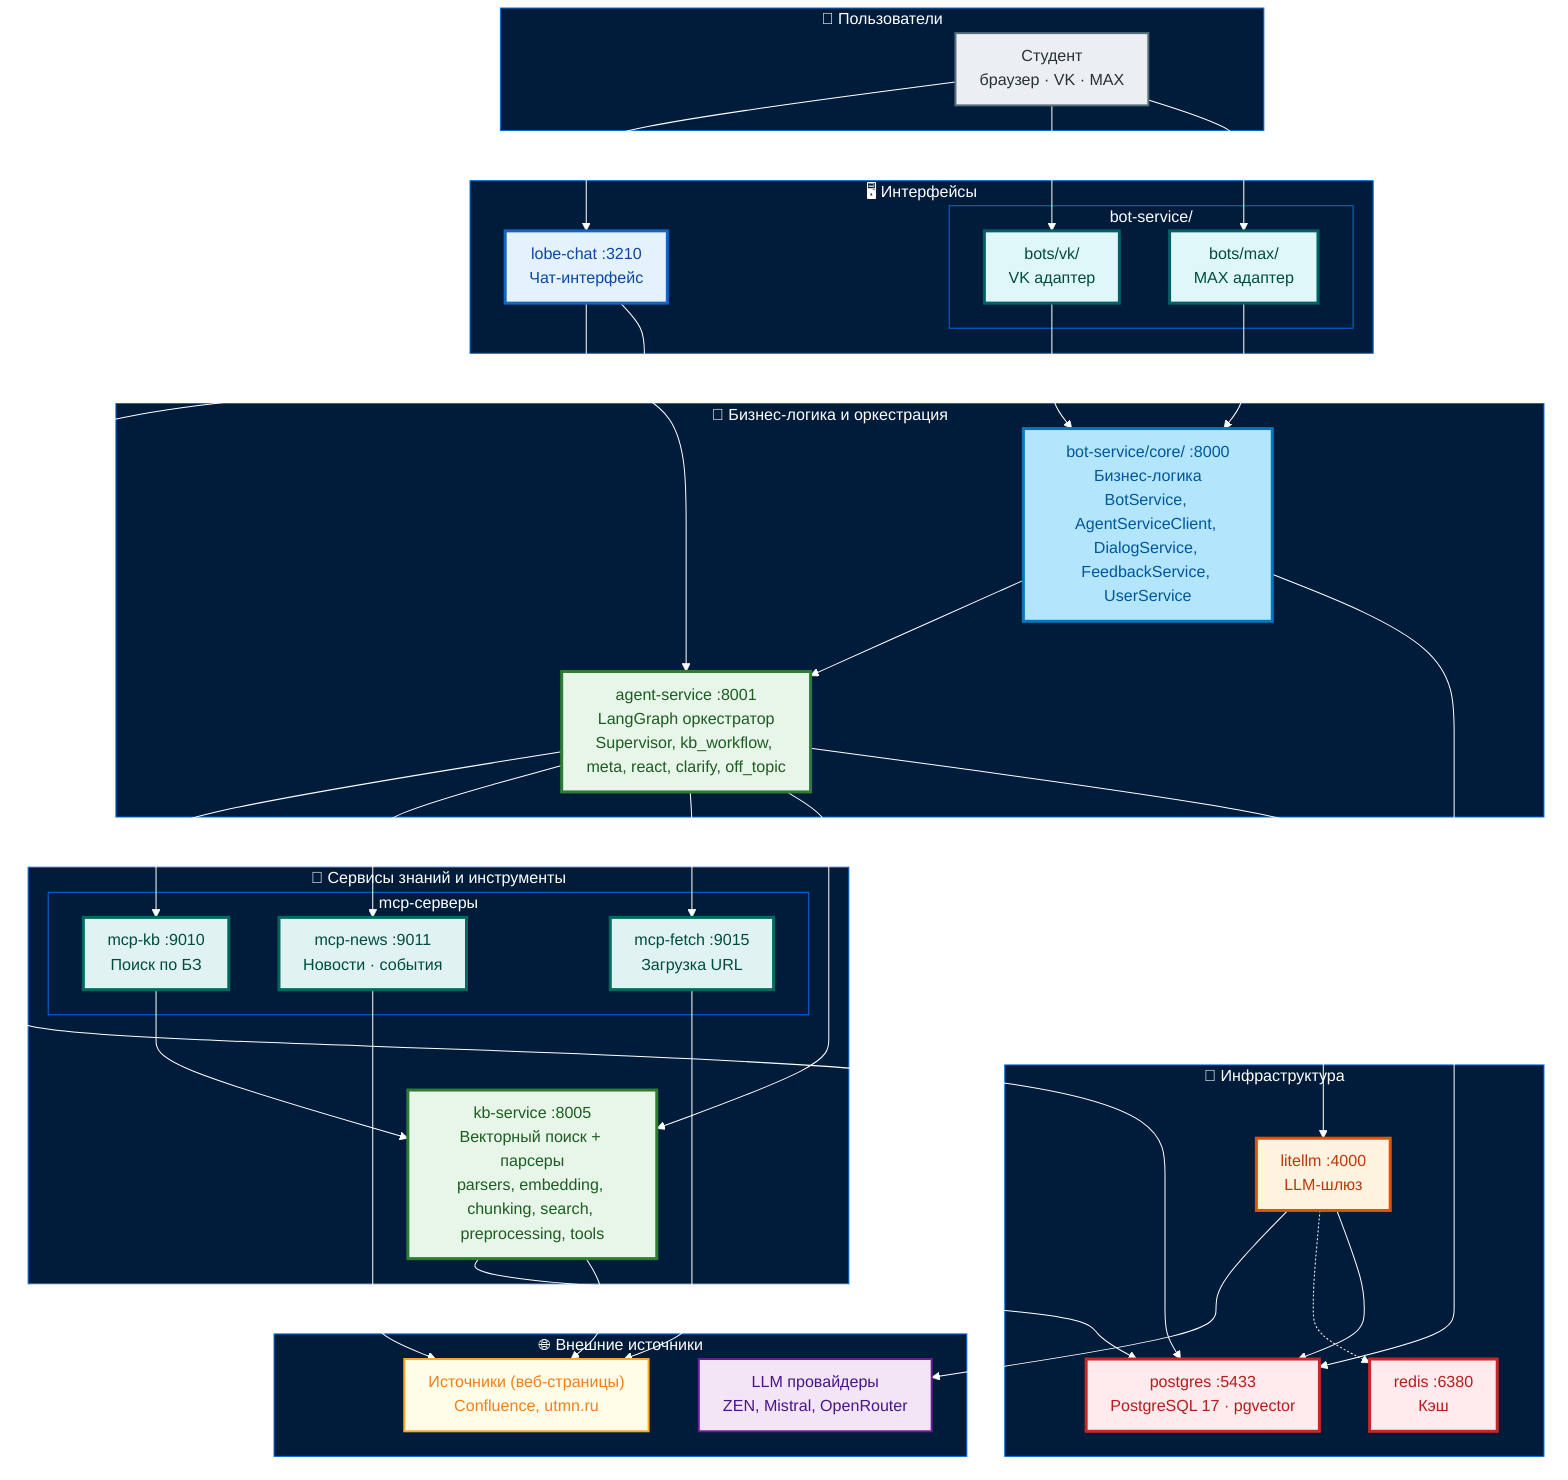
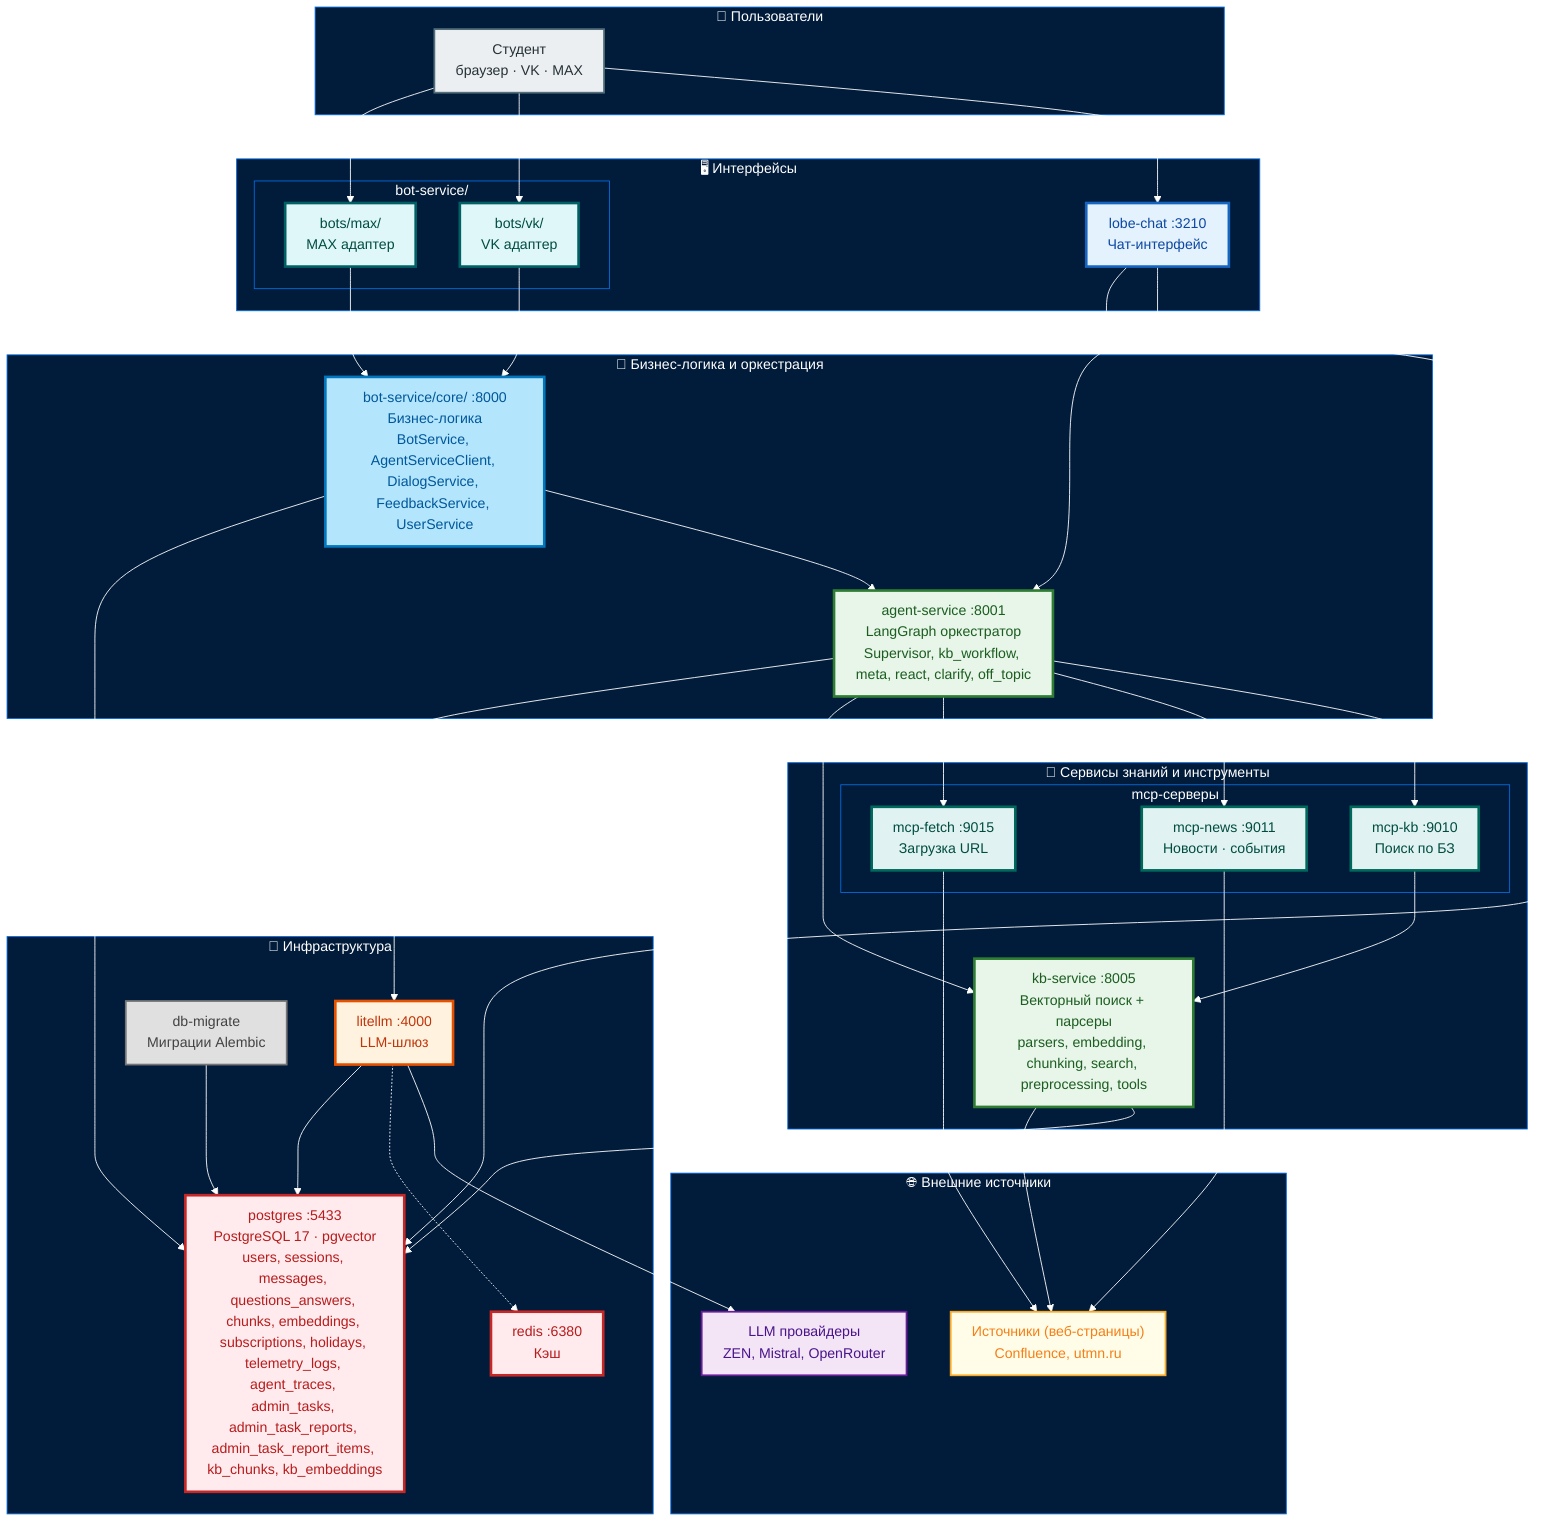
%%{
  init: {
    'theme': 'base',
    'themeVariables': {
      'background': '#011B3A',
      'primaryColor': '#E8EAF6',
      'primaryTextColor': '#1A237E',
      'primaryBorderColor': '#3F51B5',
      'lineColor': '#FFFFFF',
      'secondaryColor': '#FFF8E1',
      'tertiaryColor': '#E8F5E9',
      'clusterBkg': '#011B3A',
      'clusterBorder': '#046CE0',
      'clusterTextColor': '#FFFFFF',
      'nodeBorder': '#3F51B5',
      'nodeTextColor': '#1A237E',
      'edgeLabelBackground': '#032B50',
      'edgeLabelColor': '#FFFFFF',
      'titleColor': '#FFFFFF'
    },
    'flowchart': {
      'htmlLabels': true,
      'curve': 'basis',
      'padding': 12
    }
  }
}%%

flowchart TB
    %% Styles
    classDef interface fill:#E3F2FD,stroke:#1565C0,stroke-width:3px,color:#0D47A1
    classDef adapt fill:#E0F7FA,stroke:#006064,stroke-width:3px,color:#004D40
    classDef core fill:#B3E5FC,stroke:#0277BD,stroke-width:3px,color:#01579B
    classDef ms fill:#E8F5E9,stroke:#2E7D32,stroke-width:3px,color:#1B5E20
    classDef gateway fill:#FFF3E0,stroke:#E65100,stroke-width:3px,color:#BF360C
    classDef storage fill:#FFEBEE,stroke:#C62828,stroke-width:3px,color:#B71C1C
    classDef tool fill:#E0F2F1,stroke:#00695C,stroke-width:3px,color:#004D40
    classDef client fill:#ECEFF1,stroke:#546E7A,stroke-width:2px,color:#263238
    classDef provider fill:#F3E5F5,stroke:#6A1B9A,stroke-width:2px,color:#4A148C
    classDef external fill:#FFFDE7,stroke:#F9A825,stroke-width:2px,color:#F57F17
+     classDef migrate fill:#E0E0E0,stroke:#757575,stroke-width:2px,color:#424242

    %% ==============================
    %% ПОЛЬЗОВАТЕЛИ
    %% ==============================
    subgraph Users["👤 Пользователи"]
        STUDENT["Студент<br/>браузер · VK · MAX"]:::client
    end

    %% ==============================
    %% ИНТЕРФЕЙСЫ
    %% ==============================
    subgraph Interfaces["🖥️ Интерфейсы"]
        LOBE["lobe-chat :3210<br/>Чат-интерфейс"]:::interface

        subgraph BotService["bot-service/"]
            BVK["bots/vk/<br/>VK адаптер"]:::adapt
            BMX["bots/max/<br/>MAX адаптер"]:::adapt
        end
    end

    %% ==============================
    %% БИЗНЕС-ЛОГИКА
    %% ==============================
    subgraph Core["🧠 Бизнес-логика и оркестрация"]
        BC["bot-service/core/ :8000<br/>Бизнес-логика<br/>BotService, AgentServiceClient, DialogService, FeedbackService, UserService"]:::core

        AS["agent-service :8001<br/>LangGraph оркестратор<br/>Supervisor, kb_workflow, meta, react, clarify, off_topic"]:::ms
    end

    %% ==============================
    %% ЗНАНИЯ
    %% ==============================
    subgraph Knowledge["🔧 Сервисы знаний и инструменты"]
        subgraph MCP["mcp-серверы"]
            MCPKB["mcp-kb :9010<br/>Поиск по БЗ"]:::tool
            MCPN["mcp-news :9011<br/>Новости · события"]:::tool
            MCPF["mcp-fetch :9015<br/>Загрузка URL"]:::tool
        end

        KB["kb-service :8005<br/>Векторный поиск + парсеры<br/>parsers, embedding, chunking, search, preprocessing, tools"]:::ms
    end

    %% ==============================
    %% ИНФРАСТРУКТУРА
    %% ==============================
    subgraph Infra["💾 Инфраструктура"]
        LLM["litellm :4000<br/>LLM-шлюз"]:::gateway
-         PG["postgres :5433<br/>PostgreSQL 17 · pgvector"]:::storage
+         PG["postgres :5433<br/>PostgreSQL 17 · pgvector<br/>users, sessions, messages, questions_answers, chunks, embeddings, subscriptions, holidays, telemetry_logs, agent_traces, admin_tasks, admin_task_reports, admin_task_report_items, kb_chunks, kb_embeddings"]:::storage
+         DBM["db-migrate<br/>Миграции Alembic"]:::migrate
        RD["redis :6380<br/>Кэш"]:::storage
    end

    %% ==============================
    %% ВНЕШНИЕ
    %% ==============================
    subgraph External["🌐 Внешние источники"]
        EXTSRC["Источники (веб-страницы)<br/>Confluence, utmn.ru"]:::external
        LLM_EXT["LLM провайдеры<br/>ZEN, Mistral, OpenRouter"]:::provider
    end

    %% ==============================
    %% СВЯЗИ
    %% ==============================
    STUDENT --> LOBE
    STUDENT --> BVK
    STUDENT --> BMX

    BVK --> BC
    BMX --> BC
    LOBE --> AS
    BC --> AS

    AS --> MCPKB
    AS --> MCPN
    AS --> MCPF
    AS --> KB
    AS --> LLM

    MCPKB --> KB
    MCPN --> EXTSRC
    MCPF --> EXTSRC

    KB --> PG
    KB --> EXTSRC

    LLM --> LLM_EXT
    LLM -.-> RD
    LLM --> PG

    LOBE --> PG
    BC --> PG
+ 
+     DBM --> PG
